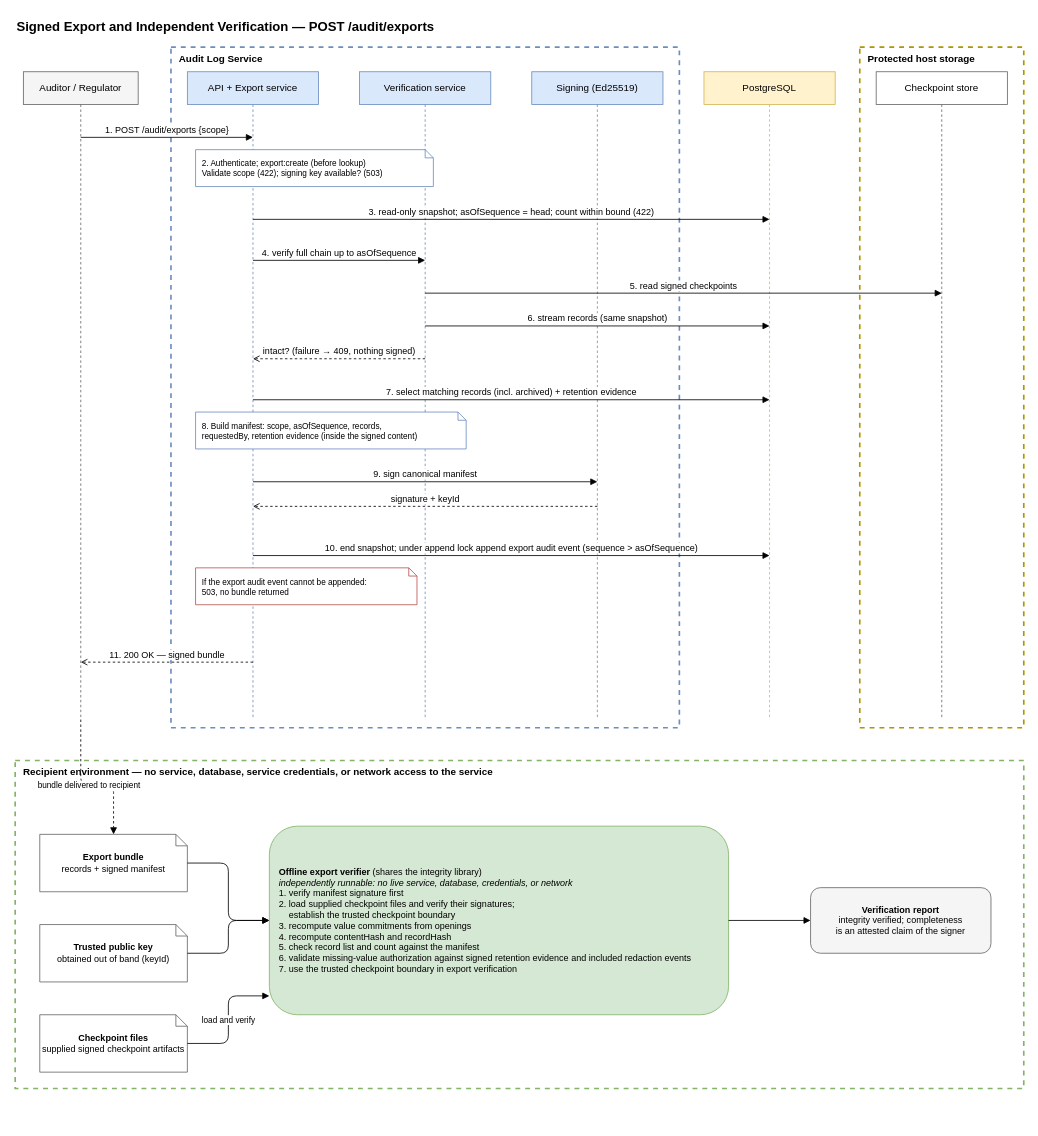
mthondapu/audit-log-service keeps this draw.io diagram as docs/diagrams/export-independent-verification.drawio. Above is the earlier version. Source tidied: cells renumbered, new cells numbered last; positions are measured from the earlier drawing's top-left corner, leaving out a move shared by most shapes. Both pictures are drawn from the tidied source at 82%, with x=0, y=0 at pixel (15, 14).
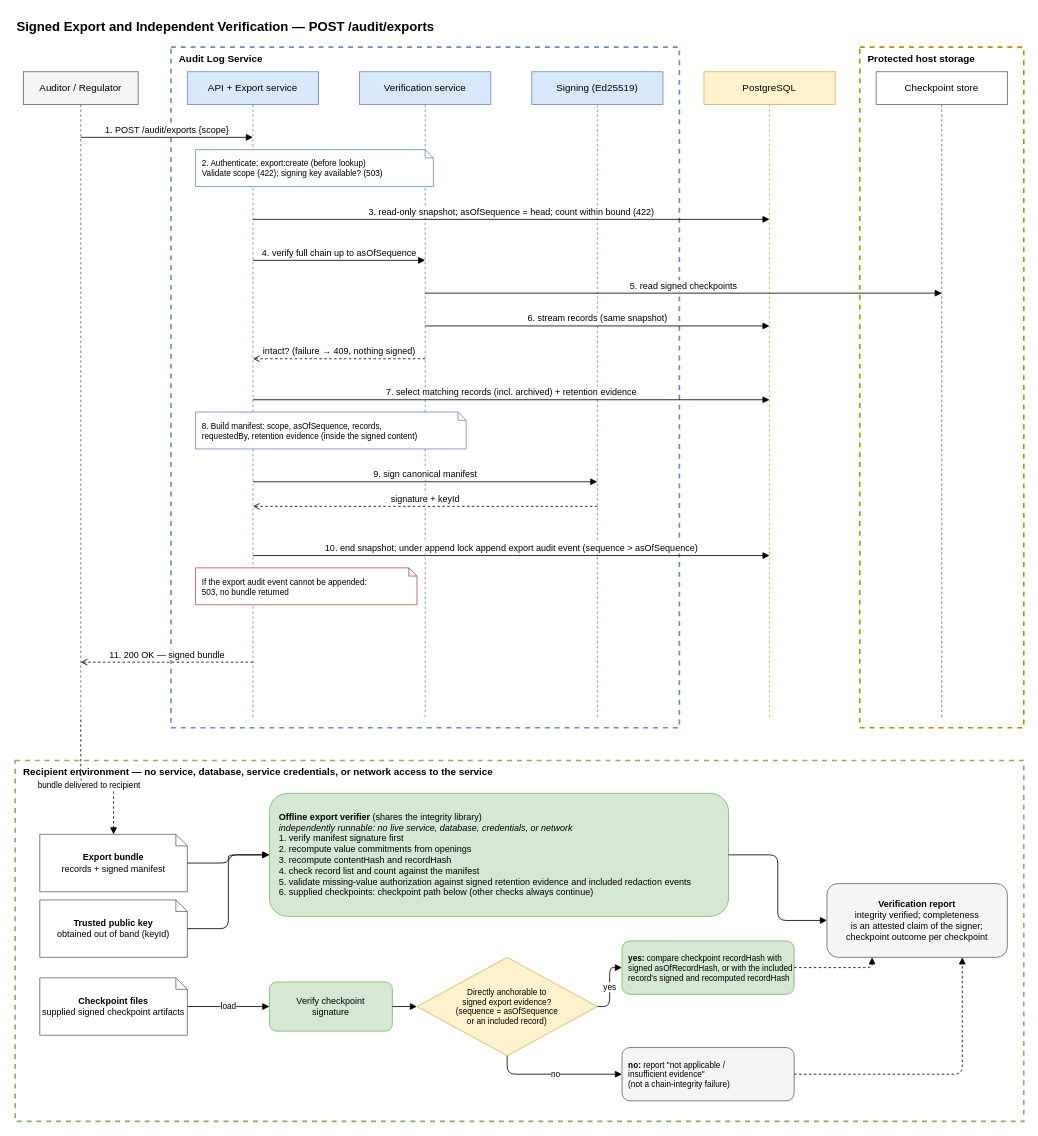
After the change.

Commit message (it also covers changes not shown here):
docs: finalize architecture decisions D1-D4

Diff of the diagram source:
```diff
@@
     <mxCell id="25" value="Recipient environment — no service, database, service credentials, or network access to the service" style="rounded=0;whiteSpace=wrap;html=1;dashed=1;fillColor=none;strokeColor=#82b366;strokeWidth=2;verticalAlign=top;align=left;spacingLeft=8;fontStyle=1;" parent="1" vertex="1">
-      <mxGeometry y="910" width="1230" height="400" as="geometry" />
+      <mxGeometry y="910" width="1230" height="440" as="geometry" />
     </mxCell>
@@
     <mxCell id="27" value="&lt;b&gt;Trusted public key&lt;/b&gt;&lt;br&gt;obtained out of band (keyId)" style="shape=note;whiteSpace=wrap;html=1;size=14;fillColor=#ffffff;strokeColor=#666666;fontSize=11;" parent="1" vertex="1">
-      <mxGeometry x="30" y="1110" width="180" height="70" as="geometry" />
+      <mxGeometry x="30" y="1080" width="180" height="70" as="geometry" />
     </mxCell>
-    <mxCell id="28" value="&lt;b&gt;Offline export verifier&lt;/b&gt; (shares the integrity library)&lt;br&gt;&lt;i&gt;independently runnable: no live service, database, credentials, or network&lt;/i&gt;&lt;br&gt;1. verify manifest signature first&lt;br&gt;2. load supplied checkpoint files and verify their signatures;&lt;br&gt;&amp;nbsp;&amp;nbsp;&amp;nbsp;&amp;nbsp;establish the trusted checkpoint boundary&lt;br&gt;3. recompute value commitments from openings&lt;br&gt;4. recompute contentHash and recordHash&lt;br&gt;5. check record list and count against the manifest&lt;br&gt;6. validate missing-value authorization against signed retention evidence and included redaction events&lt;br&gt;7. use the trusted checkpoint boundary in export verification" style="rounded=1;whiteSpace=wrap;html=1;fillColor=#d5e8d4;strokeColor=#82b366;align=left;spacingLeft=10;fontSize=11;" parent="1" vertex="1">
-      <mxGeometry x="310" y="990" width="560" height="230" as="geometry" />
+    <mxCell id="28" value="&lt;b&gt;Offline export verifier&lt;/b&gt; (shares the integrity library)&lt;br&gt;&lt;i&gt;independently runnable: no live service, database, credentials, or network&lt;/i&gt;&lt;br&gt;1. verify manifest signature first&lt;br&gt;2. recompute value commitments from openings&lt;br&gt;3. recompute contentHash and recordHash&lt;br&gt;4. check record list and count against the manifest&lt;br&gt;5. validate missing-value authorization against signed retention evidence and included redaction events&lt;br&gt;6. supplied checkpoints: checkpoint path below (other checks always continue)" style="rounded=1;whiteSpace=wrap;html=1;fillColor=#d5e8d4;strokeColor=#82b366;align=left;spacingLeft=10;fontSize=11;" parent="1" vertex="1">
+      <mxGeometry x="310" y="950" width="560" height="150" as="geometry" />
     </mxCell>
     <mxCell id="29" value="&lt;b&gt;Checkpoint files&lt;/b&gt;&lt;br&gt;supplied signed checkpoint artifacts" style="shape=note;whiteSpace=wrap;html=1;size=14;fillColor=#ffffff;strokeColor=#666666;fontSize=11;" parent="1" vertex="1">
-      <mxGeometry x="30" y="1220" width="180" height="70" as="geometry" />
+      <mxGeometry x="30" y="1175" width="180" height="70" as="geometry" />
     </mxCell>
+    <mxCell id="36" value="Verify checkpoint&lt;br&gt;signature" style="rounded=1;whiteSpace=wrap;html=1;fillColor=#d5e8d4;strokeColor=#82b366;fontSize=11;" parent="1" vertex="1">
+      <mxGeometry x="310" y="1180" width="150" height="60" as="geometry" />
+    </mxCell>
+    <mxCell id="37" value="Directly anchorable to&lt;br&gt;signed export evidence?&lt;br&gt;(sequence = asOfSequence&lt;br&gt;or an included record)" style="rhombus;whiteSpace=wrap;html=1;fillColor=#fff2cc;strokeColor=#d6b656;fontSize=10;" parent="1" vertex="1">
+      <mxGeometry x="490" y="1150" width="220" height="120" as="geometry" />
+    </mxCell>
+    <mxCell id="38" value="&lt;b&gt;yes:&lt;/b&gt; compare checkpoint recordHash with&lt;br&gt;signed asOfRecordHash, or with the included&lt;br&gt;record's signed and recomputed recordHash" style="rounded=1;whiteSpace=wrap;html=1;fillColor=#d5e8d4;strokeColor=#82b366;fontSize=10;align=left;spacingLeft=6;" parent="1" vertex="1">
+      <mxGeometry x="740" y="1130" width="210" height="65" as="geometry" />
+    </mxCell>
+    <mxCell id="39" value="&lt;b&gt;no:&lt;/b&gt; report &quot;not applicable /&lt;br&gt;insufficient evidence&quot;&lt;br&gt;(not a chain-integrity failure)" style="rounded=1;whiteSpace=wrap;html=1;fillColor=#f5f5f5;strokeColor=#666666;fontSize=10;align=left;spacingLeft=6;" parent="1" vertex="1">
+      <mxGeometry x="740" y="1260" width="210" height="65" as="geometry" />
+    </mxCell>
-    <mxCell id="30" value="load and verify" style="edgeStyle=orthogonalEdgeStyle;html=1;endArrow=block;fontSize=10;exitX=1;exitY=0.5;exitDx=0;exitDy=0;entryX=0;entryY=0.9;entryDx=0;entryDy=0;labelBackgroundColor=#ffffff;" parent="1" edge="1" source="29" target="28">
-      <mxGeometry relative="1" as="geometry">
-        <Array as="points">
-          <mxPoint x="260" y="1255" />
-          <mxPoint x="260" y="1197" />
-        </Array>
-      </mxGeometry>
+    <mxCell id="30" value="load" style="edgeStyle=orthogonalEdgeStyle;html=1;endArrow=block;fontSize=10;labelBackgroundColor=#ffffff;" parent="1" edge="1" source="29" target="36">
+      <mxGeometry relative="1" as="geometry" />
     </mxCell>
+    <mxCell id="40" style="edgeStyle=orthogonalEdgeStyle;html=1;endArrow=block;" parent="1" edge="1" source="36" target="37">
+      <mxGeometry relative="1" as="geometry" />
+    </mxCell>
+    <mxCell id="41" value="yes" style="edgeStyle=orthogonalEdgeStyle;html=1;endArrow=block;fontSize=10;exitX=1;exitY=0.5;exitDx=0;exitDy=0;entryX=0;entryY=0.5;entryDx=0;entryDy=0;" parent="1" edge="1" source="37" target="38">
+      <mxGeometry relative="1" as="geometry" />
+    </mxCell>
+    <mxCell id="42" value="no" style="edgeStyle=orthogonalEdgeStyle;html=1;endArrow=block;fontSize=10;exitX=0.5;exitY=1;exitDx=0;exitDy=0;entryX=0;entryY=0.5;entryDx=0;entryDy=0;" parent="1" edge="1" source="37" target="39">
+      <mxGeometry relative="1" as="geometry" />
+    </mxCell>
-    <mxCell id="31" value="&lt;b&gt;Verification report&lt;/b&gt;&lt;br&gt;integrity verified; completeness&lt;br&gt;is an attested claim of the signer" style="rounded=1;whiteSpace=wrap;html=1;fillColor=#f5f5f5;strokeColor=#666666;fontSize=11;" parent="1" vertex="1">
-      <mxGeometry x="970" y="1065" width="220" height="80" as="geometry" />
+    <mxCell id="31" value="&lt;b&gt;Verification report&lt;/b&gt;&lt;br&gt;integrity verified; completeness&lt;br&gt;is an attested claim of the signer;&lt;br&gt;checkpoint outcome per checkpoint" style="rounded=1;whiteSpace=wrap;html=1;fillColor=#f5f5f5;strokeColor=#666666;fontSize=11;" parent="1" vertex="1">
+      <mxGeometry x="990" y="1060" width="220" height="90" as="geometry" />
     </mxCell>
+    <mxCell id="43" style="edgeStyle=orthogonalEdgeStyle;html=1;endArrow=block;dashed=1;exitX=1;exitY=0.5;exitDx=0;exitDy=0;entryX=0.25;entryY=1;entryDx=0;entryDy=0;" parent="1" edge="1" source="38" target="31">
+      <mxGeometry relative="1" as="geometry" />
+    </mxCell>
+    <mxCell id="44" style="edgeStyle=orthogonalEdgeStyle;html=1;endArrow=block;dashed=1;exitX=1;exitY=0.5;exitDx=0;exitDy=0;entryX=0.75;entryY=1;entryDx=0;entryDy=0;" parent="1" edge="1" source="39" target="31">
+      <mxGeometry relative="1" as="geometry" />
+    </mxCell>
```
